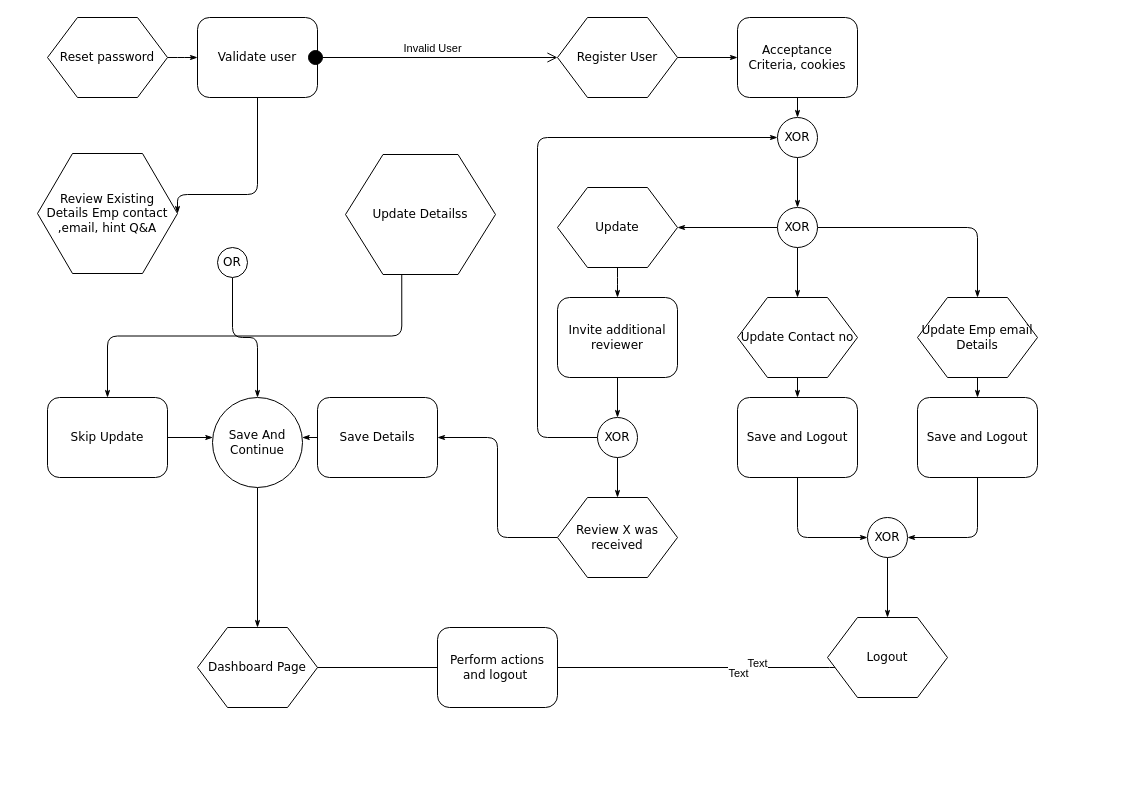
Before: Untitled Diagram.drawio in piyushsingh82/ReactNativeExamples, a draw.io diagram. Source tidied: cells renumbered, new cells numbered last; positions are measured from the earlier drawing's top-left corner, leaving out a move shared by most shapes. Both pictures are drawn from the tidied source at 100%, with x=0, y=0 at pixel (37, 17).
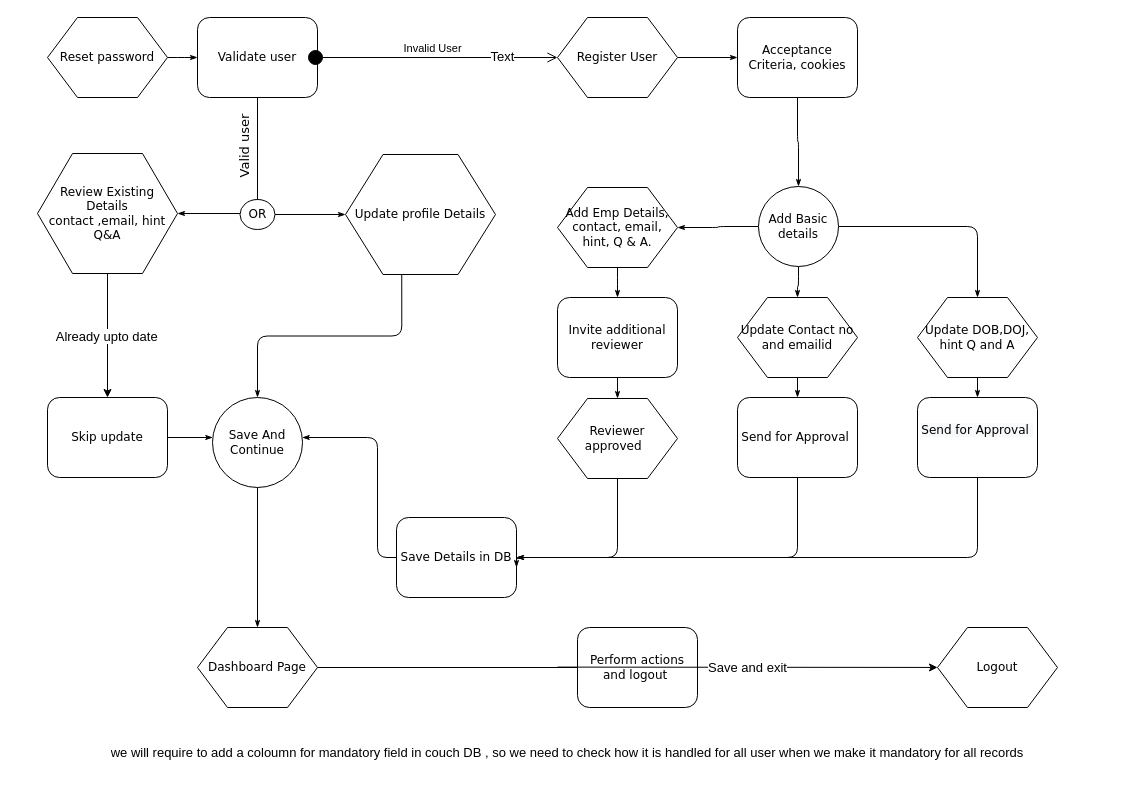
Above is the later version.

Commit message:
Reset Password

Unchanged cells that the change refers to:
```xml
<mxCell id="5" value="Validate user" style="rounded=1;whiteSpace=wrap;html=1;shadow=0;labelBackgroundColor=none;strokeWidth=1;fontFamily=Verdana;fontSize=12;align=center;" parent="1" vertex="1">
  <mxGeometry x="160" width="120" height="80" as="geometry" />
</mxCell>
<mxCell id="16" value="Save And Continue" style="ellipse;whiteSpace=wrap;html=1;rounded=1;shadow=0;labelBackgroundColor=none;strokeWidth=1;fontFamily=Verdana;fontSize=12;align=center;" parent="1" vertex="1">
  <mxGeometry x="175" y="380" width="90" height="90" as="geometry" />
</mxCell>
<mxCell id="24" value="Acceptance Criteria, cookies" style="rounded=1;whiteSpace=wrap;html=1;shadow=0;labelBackgroundColor=none;strokeWidth=1;fontFamily=Verdana;fontSize=12;align=center;" parent="1" vertex="1">
  <mxGeometry x="700" width="120" height="80" as="geometry" />
</mxCell>
<mxCell id="34" value="Invite additional reviewer" style="rounded=1;whiteSpace=wrap;html=1;shadow=0;labelBackgroundColor=none;strokeWidth=1;fontFamily=Verdana;fontSize=12;align=center;" parent="1" vertex="1">
  <mxGeometry x="520" y="280" width="120" height="80" as="geometry" />
</mxCell>
<mxCell id="53" value="Invalid User" style="html=1;verticalAlign=bottom;startArrow=circle;startFill=1;endArrow=open;startSize=6;endSize=8;rounded=0;labelBorderColor=none;" parent="1" edge="1">
  <mxGeometry relative="1" as="geometry">
    <mxPoint x="270" y="40" as="sourcePoint" />
    <mxPoint x="520" y="40" as="targetPoint" />
  </mxGeometry>
</mxCell>
```

Change to the diagram source:
```diff
@@
-    <mxCell id="4" style="edgeStyle=orthogonalEdgeStyle;rounded=1;html=1;labelBackgroundColor=none;startArrow=none;startFill=0;startSize=5;endArrow=classicThin;endFill=1;endSize=5;jettySize=auto;strokeWidth=1;fontFamily=Verdana;fontSize=8;entryX=1;entryY=0.5;entryDx=0;entryDy=0;" parent="1" edge="1" source="5" target="9">
-      <mxGeometry relative="1" as="geometry">
+    <mxCell id="4" value="Valid user&amp;nbsp;" style="edgeStyle=orthogonalEdgeStyle;rounded=1;html=1;labelBackgroundColor=none;startArrow=none;startFill=0;startSize=5;endArrow=classicThin;endFill=1;endSize=5;jettySize=auto;orthogonalLoop=1;strokeWidth=1;fontFamily=Verdana;fontSize=13;entryX=1;entryY=0.5;entryDx=0;entryDy=0;horizontal=0;verticalAlign=top;" parent="1" edge="1">
+      <mxGeometry x="-0.59" y="-20" relative="1" as="geometry">
+        <mxPoint x="220" y="80" as="sourcePoint" />
+        <mxPoint x="140" y="196" as="targetPoint" />
         <Array as="points">
-          <mxPoint x="220" y="177" />
-          <mxPoint x="140" y="177" />
+          <mxPoint x="220" y="196" />
         </Array>
       </mxGeometry>
     </mxCell>
@@
-    <mxCell id="6" style="edgeStyle=orthogonalEdgeStyle;rounded=1;html=1;labelBackgroundColor=none;startArrow=none;startFill=0;startSize=5;endArrow=classicThin;endFill=1;endSize=5;jettySize=auto;strokeWidth=1;fontFamily=Verdana;fontSize=12;" parent="1" edge="1" source="7" target="16">
+    <mxCell id="6" style="edgeStyle=orthogonalEdgeStyle;rounded=1;html=1;labelBackgroundColor=none;startArrow=none;startFill=0;startSize=5;endArrow=classicThin;endFill=1;endSize=5;jettySize=auto;strokeWidth=1;fontFamily=Verdana;fontSize=12;" parent="1" edge="1" source="7" target="10">
       <mxGeometry relative="1" as="geometry" />
     </mxCell>
     <mxCell id="7" value="OR" style="ellipse;whiteSpace=wrap;html=1;rounded=1;shadow=0;labelBackgroundColor=none;strokeWidth=1;fontFamily=Verdana;fontSize=12;align=center;" parent="1" vertex="1">
-      <mxGeometry x="180" y="230" width="30" height="30" as="geometry" />
+      <mxGeometry x="202.5" y="182" width="35" height="30" as="geometry" />
     </mxCell>
-    <mxCell id="8" style="edgeStyle=orthogonalEdgeStyle;rounded=1;html=1;labelBackgroundColor=none;startArrow=none;startFill=0;startSize=5;endArrow=classicThin;endFill=1;endSize=5;jettySize=auto;strokeWidth=1;fontFamily=Verdana;fontSize=8;exitX=0.375;exitY=1;exitDx=0;exitDy=0;" parent="1" edge="1" source="10" target="12">
+    <mxCell id="8" style="edgeStyle=orthogonalEdgeStyle;rounded=1;html=1;labelBackgroundColor=none;startArrow=none;startFill=0;startSize=5;endArrow=classicThin;endFill=1;endSize=5;jettySize=auto;strokeWidth=1;fontFamily=Verdana;fontSize=8;exitX=0.375;exitY=1;exitDx=0;exitDy=0;entryX=0.5;entryY=0;entryDx=0;entryDy=0;" parent="1" edge="1" source="10" target="16">
       <mxGeometry relative="1" as="geometry" />
     </mxCell>
-    <mxCell id="9" value="Review Existing Details Emp contact ,email, hint Q&amp;amp;A" style="shape=hexagon;perimeter=hexagonPerimeter;whiteSpace=wrap;html=1;rounded=0;shadow=0;labelBackgroundColor=none;strokeWidth=1;fontFamily=Verdana;fontSize=12;align=center;" parent="1" vertex="1">
+    <mxCell id="9" value="Review Existing Details &lt;br&gt;contact ,email, hint Q&amp;amp;A" style="shape=hexagon;perimeter=hexagonPerimeter;whiteSpace=wrap;html=1;rounded=0;shadow=0;labelBackgroundColor=none;strokeWidth=1;fontFamily=Verdana;fontSize=12;align=center;" parent="1" vertex="1">
       <mxGeometry y="136" width="140" height="120" as="geometry" />
     </mxCell>
-    <mxCell id="10" value="Update Detailss" style="shape=hexagon;perimeter=hexagonPerimeter;whiteSpace=wrap;html=1;rounded=0;shadow=0;labelBackgroundColor=none;strokeWidth=1;fontFamily=Verdana;fontSize=12;align=center;" parent="1" vertex="1">
+    <mxCell id="10" value="Update profile Details" style="shape=hexagon;perimeter=hexagonPerimeter;whiteSpace=wrap;html=1;rounded=0;shadow=0;labelBackgroundColor=none;strokeWidth=1;fontFamily=Verdana;fontSize=12;align=center;" parent="1" vertex="1">
       <mxGeometry x="308" y="137" width="150" height="120" as="geometry" />
     </mxCell>
@@
-    <mxCell id="12" value="Skip Update" style="rounded=1;whiteSpace=wrap;html=1;shadow=0;labelBackgroundColor=none;strokeWidth=1;fontFamily=Verdana;fontSize=12;align=center;" parent="1" vertex="1">
+    <mxCell id="12" value="Skip update" style="rounded=1;whiteSpace=wrap;html=1;shadow=0;labelBackgroundColor=none;strokeWidth=1;fontFamily=Verdana;fontSize=12;align=center;" parent="1" vertex="1">
       <mxGeometry x="10" y="380" width="120" height="80" as="geometry" />
     </mxCell>
@@
-    <mxCell id="14" value="Save Details" style="rounded=1;whiteSpace=wrap;html=1;shadow=0;labelBackgroundColor=none;strokeWidth=1;fontFamily=Verdana;fontSize=12;align=center;" parent="1" vertex="1">
-      <mxGeometry x="280" y="380" width="120" height="80" as="geometry" />
+    <mxCell id="14" value="Save Details in DB" style="rounded=1;whiteSpace=wrap;html=1;shadow=0;labelBackgroundColor=none;strokeWidth=1;fontFamily=Verdana;fontSize=12;align=center;" parent="1" vertex="1">
+      <mxGeometry x="359" y="500" width="120" height="80" as="geometry" />
     </mxCell>
@@
-    <mxCell id="17" style="edgeStyle=orthogonalEdgeStyle;rounded=1;labelBackgroundColor=none;startArrow=none;startFill=0;startSize=5;endArrow=classicThin;endFill=1;endSize=5;jettySize=auto;strokeWidth=1;fontFamily=Verdana;fontSize=8;fontColor=default;html=1;entryX=0;entryY=0.75;entryDx=0;entryDy=0;" parent="1" edge="1" source="51" target="50">
-      <mxGeometry relative="1" as="geometry">
-        <Array as="points">
-          <mxPoint x="802" y="650" />
-        </Array>
-      </mxGeometry>
-    </mxCell>
-    <mxCell id="18" value="Text" style="edgeLabel;html=1;align=center;verticalAlign=middle;" parent="17" vertex="1">
-      <mxGeometry x="0.38" y="5" relative="1" as="geometry" />
-    </mxCell>
-    <mxCell id="19" value="Text" style="edgeLabel;html=1;align=center;verticalAlign=middle;" parent="17" vertex="1">
-      <mxGeometry x="0.25" y="-5" relative="1" as="geometry" />
-    </mxCell>
@@
-    <mxCell id="23" style="edgeStyle=orthogonalEdgeStyle;rounded=1;html=1;labelBackgroundColor=none;startArrow=none;startFill=0;startSize=5;endArrow=classicThin;endFill=1;endSize=5;jettySize=auto;strokeWidth=1;fontFamily=Verdana;fontSize=8;" parent="1" edge="1" source="24" target="26">
-      <mxGeometry relative="1" as="geometry" />
-    </mxCell>
@@
-    <mxCell id="25" style="edgeStyle=orthogonalEdgeStyle;rounded=1;html=1;labelBackgroundColor=none;startArrow=none;startFill=0;startSize=5;endArrow=classicThin;endFill=1;endSize=5;jettySize=auto;strokeColor=#000000;strokeWidth=1;fontFamily=Verdana;fontSize=8;fontColor=#000000;" parent="1" edge="1" source="26" target="32">
+    <mxCell id="25" style="edgeStyle=orthogonalEdgeStyle;rounded=1;html=1;labelBackgroundColor=none;startArrow=none;startFill=0;startSize=5;endArrow=classicThin;endFill=1;endSize=5;jettySize=auto;strokeColor=#000000;strokeWidth=1;fontFamily=Verdana;fontSize=8;fontColor=#000000;exitX=0.5;exitY=1;exitDx=0;exitDy=0;" parent="1" edge="1" source="24" target="32">
       <mxGeometry relative="1" as="geometry" />
     </mxCell>
-    <mxCell id="26" value="XOR" style="ellipse;whiteSpace=wrap;html=1;rounded=1;shadow=0;labelBackgroundColor=none;strokeWidth=1;fontFamily=Verdana;fontSize=12;align=center;" parent="1" vertex="1">
-      <mxGeometry x="740" y="100" width="40" height="40" as="geometry" />
-    </mxCell>
@@
-    <mxCell id="28" value="Update" style="shape=hexagon;perimeter=hexagonPerimeter;whiteSpace=wrap;html=1;rounded=0;shadow=0;labelBackgroundColor=none;strokeWidth=1;fontFamily=Verdana;fontSize=12;align=center;" parent="1" vertex="1">
+    <mxCell id="28" value="Add Emp Details, contact, email, hint, Q &amp;amp; A." style="shape=hexagon;perimeter=hexagonPerimeter;whiteSpace=wrap;html=1;rounded=0;shadow=0;labelBackgroundColor=none;strokeWidth=1;fontFamily=Verdana;fontSize=12;align=center;" parent="1" vertex="1">
       <mxGeometry x="520" y="170" width="120" height="80" as="geometry" />
     </mxCell>
@@
-    <mxCell id="32" value="XOR" style="ellipse;whiteSpace=wrap;html=1;rounded=1;shadow=0;labelBackgroundColor=none;strokeWidth=1;fontFamily=Verdana;fontSize=12;align=center;" parent="1" vertex="1">
-      <mxGeometry x="740" y="190" width="40" height="40" as="geometry" />
+    <mxCell id="32" value="Add Basic details" style="ellipse;whiteSpace=wrap;html=1;rounded=1;shadow=0;labelBackgroundColor=none;strokeWidth=1;fontFamily=Verdana;fontSize=12;align=center;" parent="1" vertex="1">
+      <mxGeometry x="721" y="169" width="80" height="80" as="geometry" />
     </mxCell>
-    <mxCell id="33" style="edgeStyle=orthogonalEdgeStyle;rounded=1;html=1;labelBackgroundColor=none;startArrow=none;startFill=0;startSize=5;endArrow=classicThin;endFill=1;endSize=5;jettySize=auto;strokeWidth=1;fontFamily=Verdana;fontSize=8;" parent="1" edge="1" source="34" target="41">
+    <mxCell id="33" style="edgeStyle=orthogonalEdgeStyle;rounded=1;html=1;labelBackgroundColor=none;startArrow=none;startFill=0;startSize=5;endArrow=classicThin;endFill=1;endSize=5;jettySize=auto;strokeWidth=1;fontFamily=Verdana;fontSize=8;entryX=0.5;entryY=0;entryDx=0;entryDy=0;" parent="1" edge="1" source="34" target="47">
       <mxGeometry relative="1" as="geometry" />
     </mxCell>
@@
-    <mxCell id="36" value="Update Contact no" style="shape=hexagon;perimeter=hexagonPerimeter;whiteSpace=wrap;html=1;rounded=0;shadow=0;labelBackgroundColor=none;strokeWidth=1;fontFamily=Verdana;fontSize=12;align=center;" parent="1" vertex="1">
+    <mxCell id="36" value="Update Contact no&lt;br&gt;and emailid" style="shape=hexagon;perimeter=hexagonPerimeter;whiteSpace=wrap;html=1;rounded=0;shadow=0;labelBackgroundColor=none;strokeWidth=1;fontFamily=Verdana;fontSize=12;align=center;" parent="1" vertex="1">
       <mxGeometry x="700" y="280" width="120" height="80" as="geometry" />
     </mxCell>
@@
-    <mxCell id="38" value="Update Emp email Details" style="shape=hexagon;perimeter=hexagonPerimeter;whiteSpace=wrap;html=1;rounded=0;shadow=0;labelBackgroundColor=none;strokeWidth=1;fontFamily=Verdana;fontSize=12;align=center;" parent="1" vertex="1">
+    <mxCell id="38" value="Update DOB,DOJ, hint Q and A" style="shape=hexagon;perimeter=hexagonPerimeter;whiteSpace=wrap;html=1;rounded=0;shadow=0;labelBackgroundColor=none;strokeWidth=1;fontFamily=Verdana;fontSize=12;align=center;" parent="1" vertex="1">
       <mxGeometry x="880" y="280" width="120" height="80" as="geometry" />
     </mxCell>
-    <mxCell id="39" style="edgeStyle=orthogonalEdgeStyle;rounded=1;html=1;labelBackgroundColor=none;startArrow=none;startFill=0;startSize=5;endArrow=classicThin;endFill=1;endSize=5;jettySize=auto;strokeWidth=1;fontFamily=Verdana;fontSize=8;" parent="1" edge="1" source="41" target="47">
-      <mxGeometry relative="1" as="geometry" />
-    </mxCell>
-    <mxCell id="40" style="edgeStyle=orthogonalEdgeStyle;rounded=1;html=1;labelBackgroundColor=none;startArrow=none;startFill=0;startSize=5;endArrow=classicThin;endFill=1;endSize=5;jettySize=auto;strokeWidth=1;fontFamily=Verdana;fontSize=8;" parent="1" edge="1" source="41" target="26">
-      <mxGeometry relative="1" as="geometry">
-        <Array as="points">
-          <mxPoint x="500" y="420" />
-          <mxPoint x="500" y="120" />
-        </Array>
-      </mxGeometry>
-    </mxCell>
-    <mxCell id="41" value="XOR" style="ellipse;whiteSpace=wrap;html=1;rounded=1;shadow=0;labelBackgroundColor=none;strokeWidth=1;fontFamily=Verdana;fontSize=12;align=center;" parent="1" vertex="1">
-      <mxGeometry x="560" y="400" width="40" height="40" as="geometry" />
-    </mxCell>
-    <mxCell id="42" style="edgeStyle=orthogonalEdgeStyle;rounded=1;html=1;labelBackgroundColor=none;startArrow=none;startFill=0;startSize=5;endArrow=classicThin;endFill=1;endSize=5;jettySize=auto;strokeWidth=1;fontFamily=Verdana;fontSize=8;" parent="1" edge="1" source="43" target="49">
+    <mxCell id="42" style="edgeStyle=orthogonalEdgeStyle;rounded=1;html=1;labelBackgroundColor=none;startArrow=none;startFill=0;startSize=5;endArrow=classicThin;endFill=1;endSize=5;jettySize=auto;strokeWidth=1;fontFamily=Verdana;fontSize=8;" parent="1" edge="1" source="43">
       <mxGeometry relative="1" as="geometry">
+        <mxPoint x="479" y="550" as="targetPoint" />
         <Array as="points">
-          <mxPoint x="760" y="520" />
+          <mxPoint x="760" y="540" />
+          <mxPoint x="479" y="540" />
         </Array>
       </mxGeometry>
     </mxCell>
-    <mxCell id="43" value="Save and Logout" style="rounded=1;whiteSpace=wrap;html=1;shadow=0;labelBackgroundColor=none;strokeWidth=1;fontFamily=Verdana;fontSize=12;align=center;" parent="1" vertex="1">
+    <mxCell id="43" value="Send for Approval&amp;nbsp;" style="rounded=1;whiteSpace=wrap;html=1;shadow=0;labelBackgroundColor=none;strokeWidth=1;fontFamily=Verdana;fontSize=12;align=center;" parent="1" vertex="1">
       <mxGeometry x="700" y="380" width="120" height="80" as="geometry" />
     </mxCell>
-    <mxCell id="44" style="edgeStyle=orthogonalEdgeStyle;rounded=1;html=1;labelBackgroundColor=none;startArrow=none;startFill=0;startSize=5;endArrow=classicThin;endFill=1;endSize=5;jettySize=auto;strokeWidth=1;fontFamily=Verdana;fontSize=8;" parent="1" edge="1" source="45" target="49">
+    <mxCell id="44" style="edgeStyle=orthogonalEdgeStyle;rounded=1;html=1;labelBackgroundColor=none;startArrow=none;startFill=0;startSize=5;endArrow=classicThin;endFill=1;endSize=5;jettySize=auto;strokeWidth=1;fontFamily=Verdana;fontSize=8;entryX=1;entryY=0.5;entryDx=0;entryDy=0;" parent="1" edge="1" source="45" target="14">
       <mxGeometry relative="1" as="geometry">
         <Array as="points">
-          <mxPoint x="940" y="520" />
+          <mxPoint x="940" y="540" />
         </Array>
       </mxGeometry>
     </mxCell>
-    <mxCell id="45" value="Save and Logout" style="rounded=1;whiteSpace=wrap;html=1;shadow=0;labelBackgroundColor=none;strokeWidth=1;fontFamily=Verdana;fontSize=12;align=center;" parent="1" vertex="1">
+    <mxCell id="45" value="&#10;&lt;span style=&quot;color: rgb(0, 0, 0); font-family: Verdana; font-size: 12px; font-style: normal; font-variant-ligatures: normal; font-variant-caps: normal; font-weight: 400; letter-spacing: normal; orphans: 2; text-align: center; text-indent: 0px; text-transform: none; widows: 2; word-spacing: 0px; -webkit-text-stroke-width: 0px; background-color: rgb(248, 249, 250); text-decoration-thickness: initial; text-decoration-style: initial; text-decoration-color: initial; float: none; display: inline !important;&quot;&gt;Send for Approval&amp;nbsp;&lt;/span&gt;&#10;&#10;" style="rounded=1;whiteSpace=wrap;html=1;shadow=0;labelBackgroundColor=none;strokeWidth=1;fontFamily=Verdana;fontSize=12;align=center;" parent="1" vertex="1">
       <mxGeometry x="880" y="380" width="120" height="80" as="geometry" />
     </mxCell>
     <mxCell id="46" style="edgeStyle=orthogonalEdgeStyle;rounded=1;html=1;labelBackgroundColor=none;startArrow=none;startFill=0;startSize=5;endArrow=classicThin;endFill=1;endSize=5;jettySize=auto;strokeWidth=1;fontFamily=Verdana;fontSize=8;entryX=1;entryY=0.5;entryDx=0;entryDy=0;" parent="1" edge="1" source="47" target="14">
-      <mxGeometry relative="1" as="geometry" />
+      <mxGeometry relative="1" as="geometry">
+        <Array as="points">
+          <mxPoint x="580" y="540" />
+        </Array>
+      </mxGeometry>
     </mxCell>
-    <mxCell id="47" value="Review X was received" style="shape=hexagon;perimeter=hexagonPerimeter;whiteSpace=wrap;html=1;rounded=0;shadow=0;labelBackgroundColor=none;strokeWidth=1;fontFamily=Verdana;fontSize=12;align=center;" parent="1" vertex="1">
-      <mxGeometry x="520" y="480" width="120" height="80" as="geometry" />
+    <mxCell id="47" value="Reviewer approved&amp;nbsp;&amp;nbsp;" style="shape=hexagon;perimeter=hexagonPerimeter;whiteSpace=wrap;html=1;rounded=0;shadow=0;labelBackgroundColor=none;strokeWidth=1;fontFamily=Verdana;fontSize=12;align=center;" parent="1" vertex="1">
+      <mxGeometry x="520" y="381" width="120" height="80" as="geometry" />
     </mxCell>
-    <mxCell id="48" style="edgeStyle=orthogonalEdgeStyle;rounded=1;html=1;labelBackgroundColor=none;startArrow=none;startFill=0;startSize=5;endArrow=classicThin;endFill=1;endSize=5;jettySize=auto;strokeWidth=1;fontFamily=Verdana;fontSize=8;" parent="1" edge="1" source="49" target="50">
-      <mxGeometry relative="1" as="geometry" />
-    </mxCell>
-    <mxCell id="49" value="XOR" style="ellipse;whiteSpace=wrap;html=1;rounded=1;shadow=0;labelBackgroundColor=none;strokeWidth=1;fontFamily=Verdana;fontSize=12;align=center;" parent="1" vertex="1">
-      <mxGeometry x="830" y="500" width="40" height="40" as="geometry" />
-    </mxCell>
     <mxCell id="50" value="Logout" style="shape=hexagon;perimeter=hexagonPerimeter;whiteSpace=wrap;html=1;rounded=0;shadow=0;labelBackgroundColor=none;strokeWidth=1;fontFamily=Verdana;fontSize=12;align=center;" parent="1" vertex="1">
-      <mxGeometry x="790" y="600" width="120" height="80" as="geometry" />
+      <mxGeometry x="900" y="610" width="120" height="80" as="geometry" />
     </mxCell>
     <mxCell id="51" value="Perform actions and logout&amp;nbsp;" style="rounded=1;whiteSpace=wrap;html=1;shadow=0;labelBackgroundColor=none;strokeWidth=1;fontFamily=Verdana;fontSize=12;align=center;" parent="1" vertex="1">
-      <mxGeometry x="400" y="610" width="120" height="80" as="geometry" />
+      <mxGeometry x="540" y="610" width="120" height="80" as="geometry" />
     </mxCell>
@@
+    <mxCell id="54" value="Text" style="edgeLabel;html=1;align=center;verticalAlign=middle;fontSize=13;" parent="53" vertex="1">
+      <mxGeometry x="0.55" y="2" relative="1" as="geometry" />
+    </mxCell>
+    <mxCell id="55" style="endArrow=classic;html=1;rounded=0;fontSize=13;exitX=0.5;exitY=1;exitDx=0;exitDy=0;" parent="1" edge="1" source="9" target="12">
+      <mxGeometry relative="1" as="geometry" />
+    </mxCell>
+    <mxCell id="56" value="Already upto date&amp;nbsp;" style="edgeLabel;html=1;align=center;verticalAlign=middle;fontSize=13;" parent="55" vertex="1">
+      <mxGeometry relative="1" as="geometry" />
+    </mxCell>
+    <mxCell id="57" style="endArrow=classic;html=1;rounded=0;fontSize=13;" parent="1" edge="1" target="50">
+      <mxGeometry relative="1" as="geometry">
+        <mxPoint x="520" y="649.6" as="sourcePoint" />
+      </mxGeometry>
+    </mxCell>
+    <mxCell id="58" value="Save and exit" style="edgeLabel;html=1;align=center;verticalAlign=middle;fontSize=13;" parent="57" vertex="1">
+      <mxGeometry relative="1" as="geometry" />
+    </mxCell>
+    <mxCell id="59" value="we will require to add a coloumn for mandatory field in couch DB , so we need to check how it is handled for all user when we make it mandatory for all records" style="text;html=1;strokeColor=none;fillColor=none;align=center;verticalAlign=middle;whiteSpace=wrap;overflow=hidden;fontSize=13;" parent="1" vertex="1">
+      <mxGeometry x="-20" y="710" width="1100" height="50" as="geometry" />
+    </mxCell>
```
